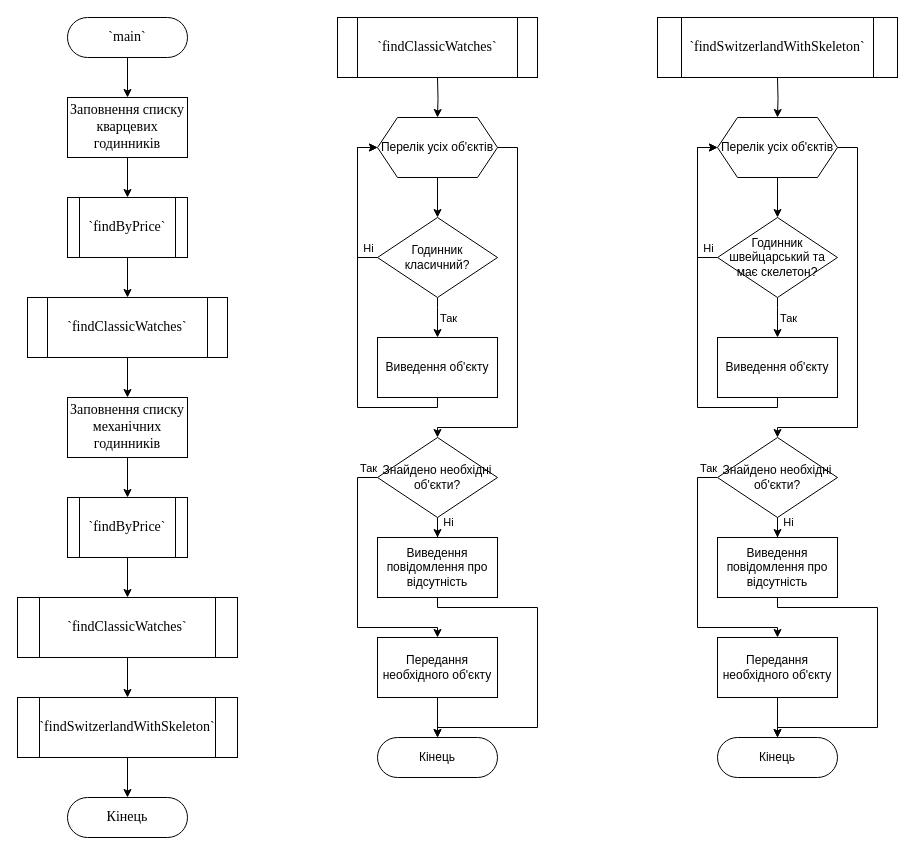
Earlier version of the draw.io diagram lab26/doc/assets/lab26.drawio (Rusewww/Programing). Source tidied: cells renumbered, new cells numbered last; positions are measured from the earlier drawing's top-left corner, leaving out a move shared by most shapes. Both pictures are drawn from the tidied source at 100%, with x=0, y=0 at pixel (17, 17).
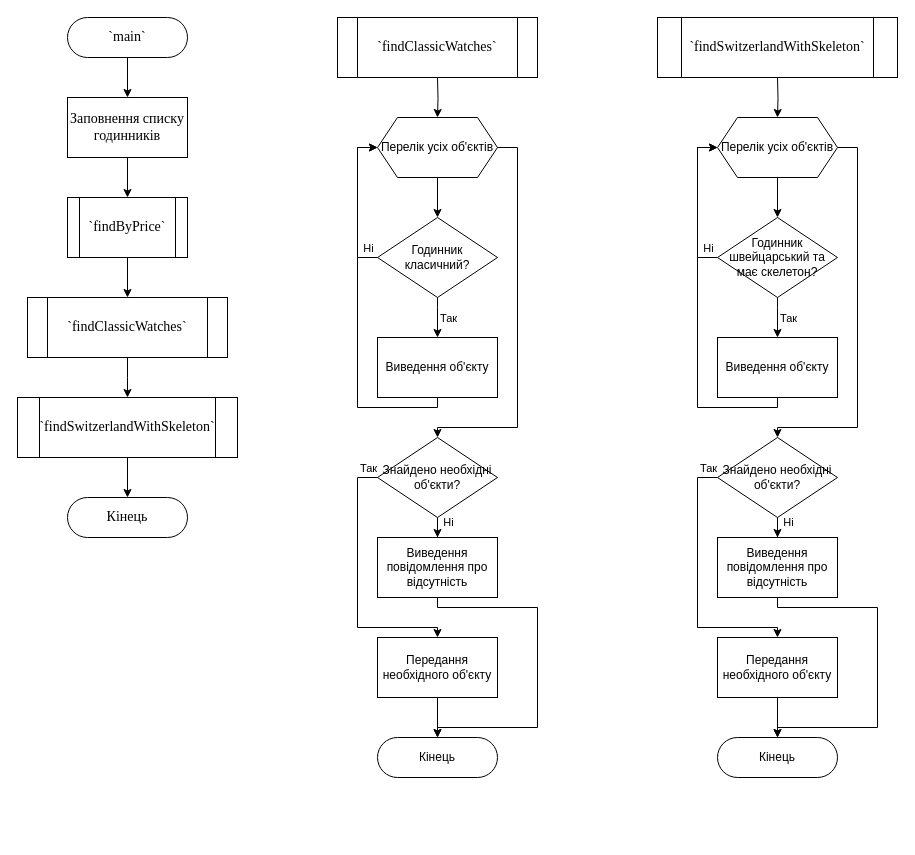
Above is the later version.

The change refers to these unchanged cells:
```xml
<mxCell id="9" value="`&lt;span style=&quot;font-size: 14px;&quot;&gt;findClassicWatches&lt;/span&gt;&lt;span style=&quot;font-size: 14px;&quot;&gt;`&lt;/span&gt;" style="shape=process;whiteSpace=wrap;html=1;backgroundOutline=1;fontFamily=Times New Roman;fontSize=14;labelBackgroundColor=none;" parent="1" vertex="1">
  <mxGeometry x="10" y="280" width="200" height="60" as="geometry" />
</mxCell>
```

Diff of the diagram source:
```diff
@@
-    <mxCell id="5" value="Заповнення списку кварцевих годинників" style="rounded=0;whiteSpace=wrap;html=1;fontFamily=Times New Roman;fontSize=14;labelBackgroundColor=none;" parent="1" vertex="1">
+    <mxCell id="5" value="Заповнення списку годинників" style="rounded=0;whiteSpace=wrap;html=1;fontFamily=Times New Roman;fontSize=14;labelBackgroundColor=none;" parent="1" vertex="1">
       <mxGeometry x="50" y="80" width="120" height="60" as="geometry" />
     </mxCell>
@@
-    <mxCell id="8" style="edgeStyle=orthogonalEdgeStyle;rounded=0;jettySize=auto;html=1;fontFamily=Times New Roman;fontSize=14;labelBackgroundColor=none;" parent="1" edge="1" source="9" target="11">
-      <mxGeometry relative="1" as="geometry" />
+    <mxCell id="8" style="edgeStyle=orthogonalEdgeStyle;rounded=0;jettySize=auto;html=1;fontFamily=Times New Roman;fontSize=14;labelBackgroundColor=none;" parent="1" edge="1" source="9">
+      <mxGeometry relative="1" as="geometry">
+        <mxPoint x="110" y="380" as="targetPoint" />
+      </mxGeometry>
     </mxCell>
@@
-    <mxCell id="10" style="edgeStyle=orthogonalEdgeStyle;rounded=0;jettySize=auto;html=1;fontFamily=Times New Roman;fontSize=14;labelBackgroundColor=none;" parent="1" edge="1" source="11" target="13">
-      <mxGeometry relative="1" as="geometry" />
-    </mxCell>
-    <mxCell id="11" value="Заповнення списку механічних годинників" style="rounded=0;whiteSpace=wrap;html=1;fontFamily=Times New Roman;fontSize=14;labelBackgroundColor=none;" parent="1" vertex="1">
-      <mxGeometry x="50" y="380" width="120" height="60" as="geometry" />
-    </mxCell>
-    <mxCell id="12" style="edgeStyle=orthogonalEdgeStyle;rounded=0;jettySize=auto;html=1;fontFamily=Times New Roman;fontSize=14;labelBackgroundColor=none;" parent="1" edge="1" source="13" target="15">
-      <mxGeometry relative="1" as="geometry" />
-    </mxCell>
-    <mxCell id="13" value="`&lt;span style=&quot;&quot;&gt;findByPrice&lt;/span&gt;&lt;span&gt;`&lt;/span&gt;" style="shape=process;whiteSpace=wrap;html=1;backgroundOutline=1;fontFamily=Times New Roman;fontSize=14;labelBackgroundColor=none;" parent="1" vertex="1">
-      <mxGeometry x="50" y="480" width="120" height="60" as="geometry" />
-    </mxCell>
-    <mxCell id="14" style="edgeStyle=orthogonalEdgeStyle;rounded=0;jettySize=auto;html=1;fontFamily=Times New Roman;fontSize=14;labelBackgroundColor=none;" parent="1" edge="1" source="15" target="17">
-      <mxGeometry relative="1" as="geometry" />
-    </mxCell>
-    <mxCell id="15" value="`&lt;span style=&quot;&quot;&gt;findClassicWatches&lt;/span&gt;&lt;span&gt;`&lt;/span&gt;" style="shape=process;whiteSpace=wrap;html=1;backgroundOutline=1;fontFamily=Times New Roman;fontSize=14;labelBackgroundColor=none;" parent="1" vertex="1">
-      <mxGeometry y="580" width="220" height="60" as="geometry" />
-    </mxCell>
@@
     <mxCell id="17" value="`&lt;span style=&quot;&quot;&gt;findSwitzerlandWithSkeleton&lt;/span&gt;&lt;span&gt;`&lt;/span&gt;" style="shape=process;whiteSpace=wrap;html=1;backgroundOutline=1;fontFamily=Times New Roman;fontSize=14;labelBackgroundColor=none;" parent="1" vertex="1">
-      <mxGeometry y="680" width="220" height="60" as="geometry" />
+      <mxGeometry y="380" width="220" height="60" as="geometry" />
     </mxCell>
     <mxCell id="18" value="Кінець" style="rounded=1;whiteSpace=wrap;html=1;arcSize=50;fontFamily=Times New Roman;fontSize=14;labelBackgroundColor=none;" parent="1" vertex="1">
-      <mxGeometry x="50" y="780" width="120" height="40" as="geometry" />
+      <mxGeometry x="50" y="480" width="120" height="40" as="geometry" />
     </mxCell>
```
